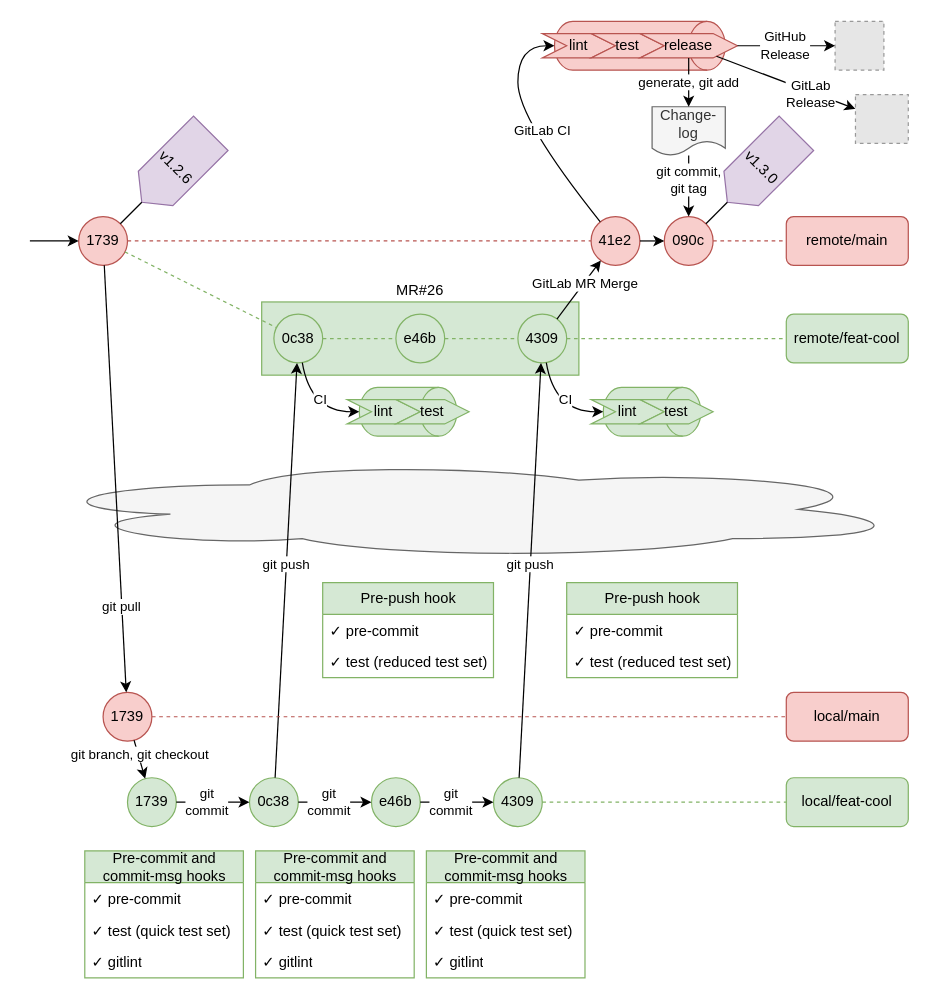
The draw.io diagram page "feature" (4 of 5) of images/workflow.drawio in old-xebis/repository-template, before the edit. Source tidied: cells renumbered, new cells numbered last; positions are measured from the earlier drawing's top-left corner, leaving out a move shared by most shapes. Both pictures are drawn from the tidied source at 122%, with x=0, y=0 at pixel (29, 21). Pictures stored in the file or linked from it are replaced by grey dashed boxes.
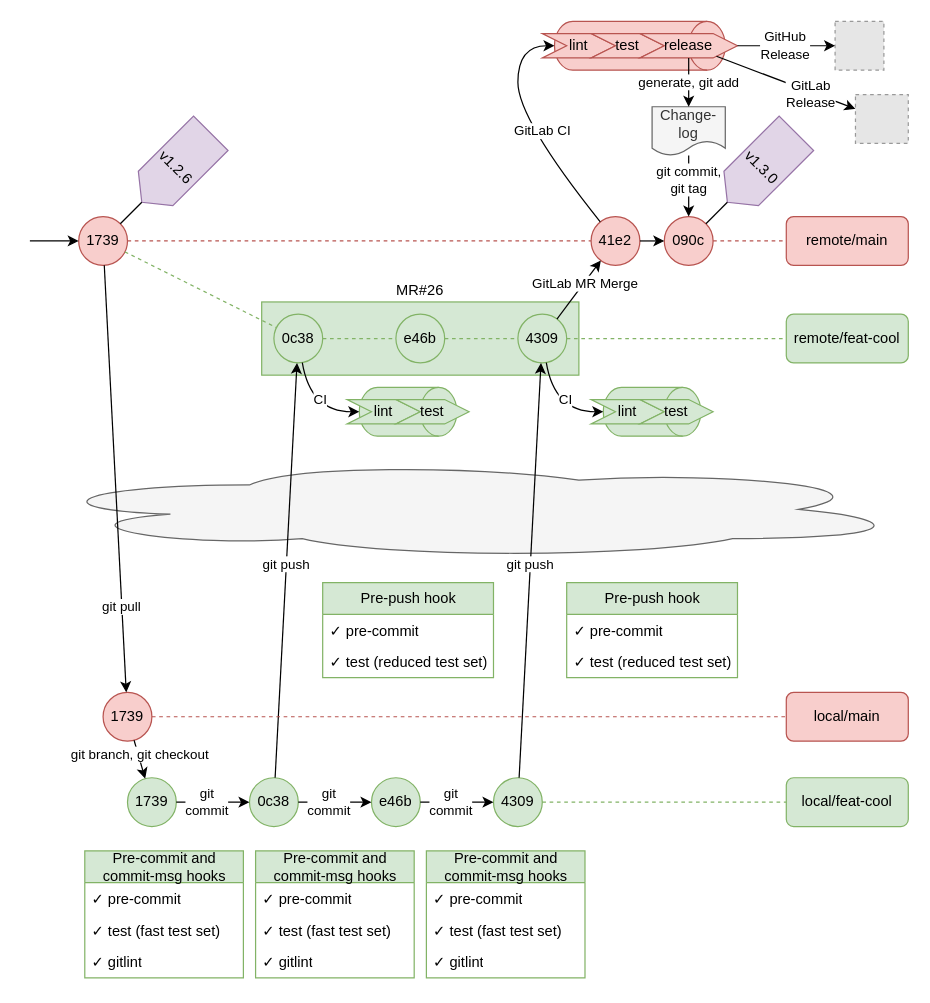
The same page after the edit.

Commit message (it also covers changes not shown here):
docs: fix fast test set name in images

Unchanged cells that the change refers to:
```xml
<mxCell id="64" value="Pre-commit and&lt;br&gt;commit-msg&amp;nbsp;hooks" style="swimlane;fontStyle=0;horizontal=1;startSize=26;fillColor=#d5e8d4;html=1;strokeColor=#82b366;" parent="1" vertex="1">
  <mxGeometry x="185" y="680" width="130" height="104" as="geometry" />
</mxCell>
<mxCell id="68" value="Pre-commit and&lt;br&gt;commit-msg&amp;nbsp;hooks" style="swimlane;fontStyle=0;horizontal=1;startSize=26;fillColor=#d5e8d4;html=1;strokeColor=#82b366;" parent="1" vertex="1">
  <mxGeometry x="45" y="680" width="130" height="104" as="geometry" />
</mxCell>
<mxCell id="72" value="Pre-commit and&lt;br&gt;commit-msg&amp;nbsp;hooks" style="swimlane;fontStyle=0;horizontal=1;startSize=26;fillColor=#d5e8d4;html=1;strokeColor=#82b366;" parent="1" vertex="1">
  <mxGeometry x="325" y="680" width="130" height="104" as="geometry" />
</mxCell>
```

What changed in the source:
```diff
@@
-    <mxCell id="66" value="&lt;span style=&quot;&quot;&gt;✓ test (quick test set)&lt;/span&gt;" style="text;strokeColor=none;fillColor=none;align=left;verticalAlign=top;spacingLeft=4;spacingRight=4;overflow=hidden;whiteSpace=wrap;html=1;" parent="64" vertex="1">
+    <mxCell id="66" value="&lt;span style=&quot;&quot;&gt;✓ test (fast test set)&lt;/span&gt;" style="text;strokeColor=none;fillColor=none;align=left;verticalAlign=top;spacingLeft=4;spacingRight=4;overflow=hidden;whiteSpace=wrap;html=1;" parent="64" vertex="1">
       <mxGeometry y="52" width="130" height="26" as="geometry" />
     </mxCell>
@@
-    <mxCell id="70" value="&lt;span style=&quot;&quot;&gt;✓ test (quick test set)&lt;/span&gt;" style="text;strokeColor=none;fillColor=none;align=left;verticalAlign=top;spacingLeft=4;spacingRight=4;overflow=hidden;whiteSpace=wrap;html=1;" parent="68" vertex="1">
+    <mxCell id="70" value="&lt;span style=&quot;&quot;&gt;✓ test (fast test set)&lt;/span&gt;" style="text;strokeColor=none;fillColor=none;align=left;verticalAlign=top;spacingLeft=4;spacingRight=4;overflow=hidden;whiteSpace=wrap;html=1;" parent="68" vertex="1">
       <mxGeometry y="52" width="130" height="26" as="geometry" />
     </mxCell>
@@
-    <mxCell id="74" value="&lt;span style=&quot;&quot;&gt;✓ test (quick test set)&lt;/span&gt;" style="text;strokeColor=none;fillColor=none;align=left;verticalAlign=top;spacingLeft=4;spacingRight=4;overflow=hidden;whiteSpace=wrap;html=1;" parent="72" vertex="1">
+    <mxCell id="74" value="&lt;span style=&quot;&quot;&gt;✓ test (fast test set)&lt;/span&gt;" style="text;strokeColor=none;fillColor=none;align=left;verticalAlign=top;spacingLeft=4;spacingRight=4;overflow=hidden;whiteSpace=wrap;html=1;" parent="72" vertex="1">
       <mxGeometry y="52" width="130" height="26" as="geometry" />
     </mxCell>
```
